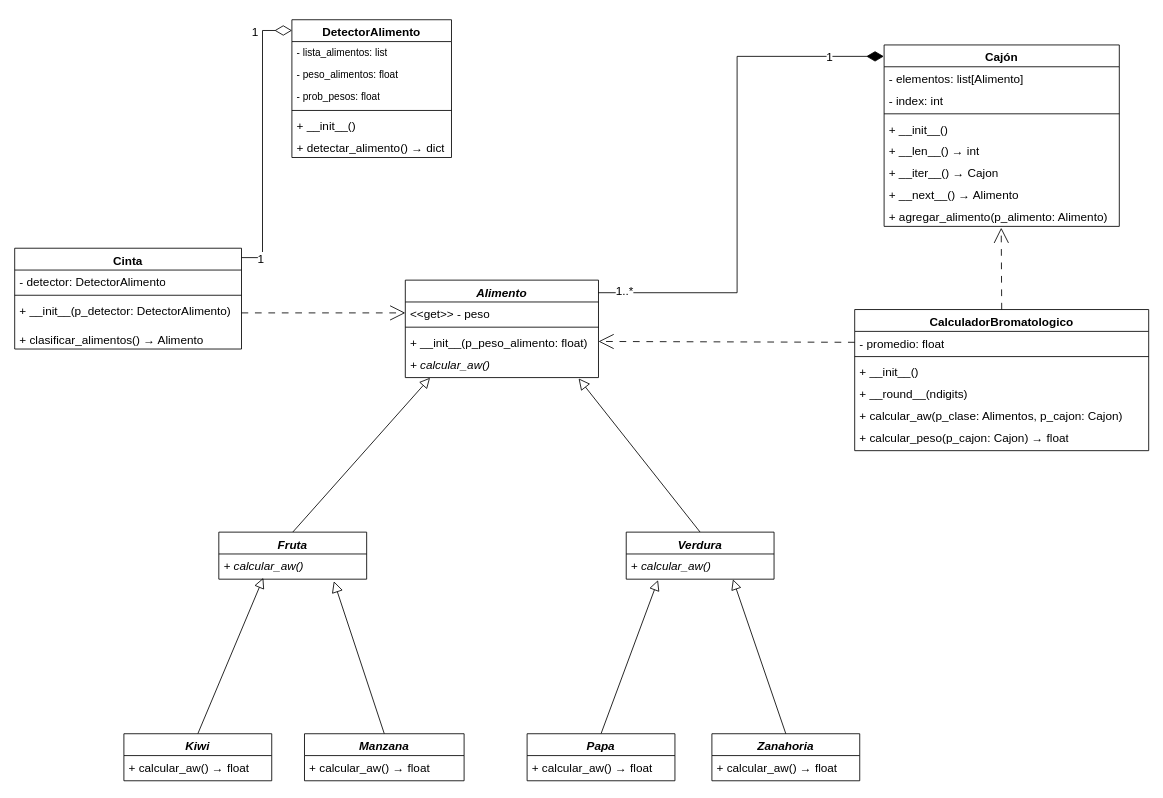
This is TrabajoPractico_2/proyecto2/docs/diagrama_UML_p2.drawio from FelipeCarrozzo/prog_avanzada, a draw.io file, before an edit. Source tidied: cells renumbered, new cells numbered last; positions are measured from the earlier drawing's top-left corner, leaving out a move shared by most shapes. Both pictures are drawn from the tidied source at 84%, with x=0, y=0 at pixel (14, 19).
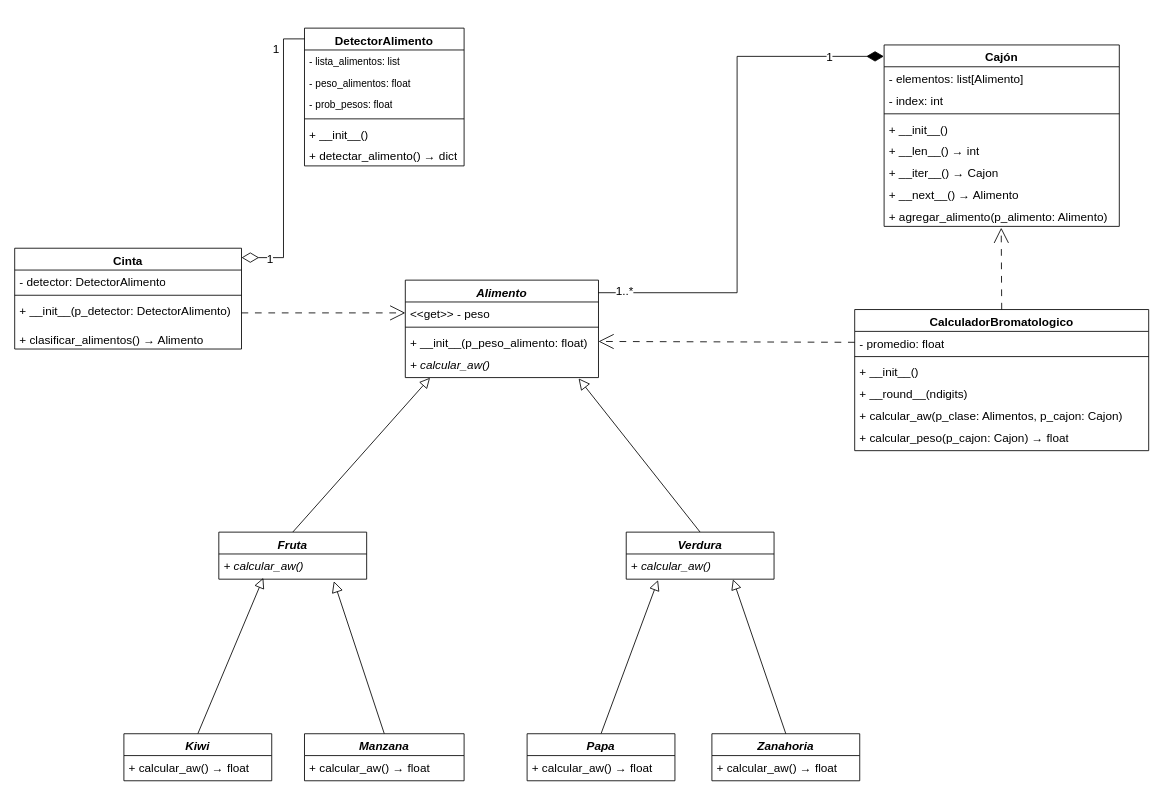
The same page after the edit.

Unchanged cells that the change refers to:
```xml
<mxCell id="3" value="Cinta" style="swimlane;fontStyle=1;align=center;verticalAlign=top;horizontal=1;startSize=26;whiteSpace=wrap;html=1;fontSize=14;" parent="1" vertex="1">
  <mxGeometry y="272" width="270" height="120" as="geometry" />
</mxCell>
```

Change to the diagram source:
```diff
@@
     <mxCell id="8" value="DetectorAlimento" style="swimlane;fontStyle=1;align=center;verticalAlign=top;horizontal=1;startSize=26;whiteSpace=wrap;html=1;fontSize=14;" parent="1" vertex="1">
-      <mxGeometry x="330" width="190" height="164" as="geometry" />
+      <mxGeometry x="345" y="10" width="190" height="164" as="geometry" />
     </mxCell>
@@
-    <mxCell id="54" style="rounded=0;jettySize=auto;entryX=0.001;entryY=0.078;entryDx=0;entryDy=0;endArrow=diamondThin;endFill=0;startSize=6;endSize=18;entryPerimeter=0;html=1;labelPosition=center;verticalLabelPosition=middle;align=center;verticalAlign=middle;fontSize=14;exitX=1;exitY=0.093;exitDx=0;exitDy=0;exitPerimeter=0;edgeStyle=orthogonalEdgeStyle;" parent="1" edge="1" source="3" target="8">
-      <mxGeometry relative="1" as="geometry" />
+    <mxCell id="54" style="rounded=0;jettySize=auto;entryX=0.001;entryY=0.078;entryDx=0;entryDy=0;endArrow=none;endFill=0;startSize=18;endSize=6;entryPerimeter=0;html=1;labelPosition=center;verticalLabelPosition=middle;align=center;verticalAlign=middle;fontSize=14;exitX=1;exitY=0.093;exitDx=0;exitDy=0;exitPerimeter=0;edgeStyle=orthogonalEdgeStyle;startArrow=diamondThin;startFill=0;" parent="1" edge="1" source="3" target="8">
+      <mxGeometry relative="1" as="geometry">
+        <Array as="points">
+          <mxPoint x="320" y="283" />
+          <mxPoint x="320" y="23" />
+        </Array>
+      </mxGeometry>
     </mxCell>
     <mxCell id="55" value="1" style="edgeLabel;html=1;align=center;verticalAlign=middle;fontSize=14;" parent="54" vertex="1">
-      <mxGeometry x="-0.86" y="-1" relative="1" as="geometry" />
+      <mxGeometry x="-0.86" y="-1" relative="1" as="geometry">
+        <mxPoint x="11" as="offset" />
+      </mxGeometry>
     </mxCell>
```
